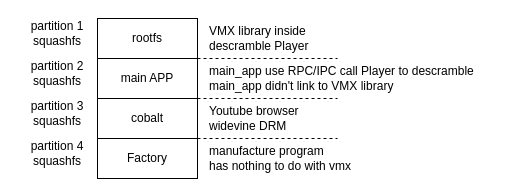
qmlsxxxx/draw.io keeps this draw.io diagram as partition.drawio. Above is the earlier version. Source tidied: cells renumbered, new cells numbered last; positions are measured from the earlier drawing's top-left corner, leaving out a move shared by most shapes. Both pictures are drawn from the tidied source at 100%, with x=0, y=0 at pixel (17, 18).
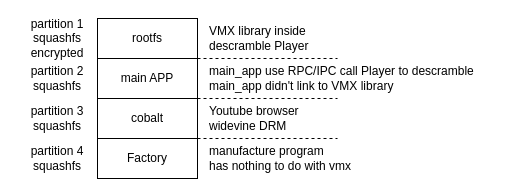
The same page after the edit.

What changed in the source:
```diff
@@
 <mxGraphModel>
   <root>
     <mxCell id="0" />
     <mxCell id="1" parent="0" />
     <mxCell id="2" value="rootfs" style="rounded=0;whiteSpace=wrap;html=1;" parent="1" vertex="1">
       <mxGeometry x="80" width="100" height="40" as="geometry" />
     </mxCell>
     <mxCell id="3" value="main APP" style="rounded=0;whiteSpace=wrap;html=1;" parent="1" vertex="1">
       <mxGeometry x="80" y="40" width="100" height="40" as="geometry" />
     </mxCell>
     <mxCell id="4" value="cobalt" style="rounded=0;whiteSpace=wrap;html=1;" parent="1" vertex="1">
       <mxGeometry x="80" y="80" width="100" height="40" as="geometry" />
     </mxCell>
     <mxCell id="5" value="Factory" style="rounded=0;whiteSpace=wrap;html=1;" parent="1" vertex="1">
       <mxGeometry x="80" y="120" width="100" height="40" as="geometry" />
     </mxCell>
-    <mxCell id="6" value="partition 1&lt;br&gt;squashfs" style="text;html=1;strokeColor=none;fillColor=none;align=center;verticalAlign=middle;whiteSpace=wrap;rounded=0;" parent="1" vertex="1">
-      <mxGeometry width="80" height="30" as="geometry" />
+    <mxCell id="6" value="partition 1&lt;br&gt;squashfs&lt;br&gt;encrypted" style="text;html=1;strokeColor=none;fillColor=none;align=center;verticalAlign=middle;whiteSpace=wrap;rounded=0;" parent="1" vertex="1">
+      <mxGeometry width="80" height="40" as="geometry" />
     </mxCell>
     <mxCell id="7" value="partition 2&lt;br&gt;squashfs" style="text;html=1;strokeColor=none;fillColor=none;align=center;verticalAlign=middle;whiteSpace=wrap;rounded=0;" parent="1" vertex="1">
-      <mxGeometry y="40" width="80" height="30" as="geometry" />
+      <mxGeometry y="45" width="80" height="30" as="geometry" />
     </mxCell>
     <mxCell id="8" value="partition 3&lt;br&gt;squashfs" style="text;html=1;strokeColor=none;fillColor=none;align=center;verticalAlign=middle;whiteSpace=wrap;rounded=0;" parent="1" vertex="1">
-      <mxGeometry y="80" width="80" height="30" as="geometry" />
+      <mxGeometry y="85" width="80" height="30" as="geometry" />
     </mxCell>
     <mxCell id="9" value="partition 4&lt;br&gt;squashfs" style="text;html=1;strokeColor=none;fillColor=none;align=center;verticalAlign=middle;whiteSpace=wrap;rounded=0;" parent="1" vertex="1">
-      <mxGeometry y="120" width="80" height="30" as="geometry" />
+      <mxGeometry y="125" width="80" height="30" as="geometry" />
     </mxCell>
     <mxCell id="10" value="VMX library inside&lt;br&gt;descramble Player" style="text;html=1;strokeColor=none;fillColor=none;align=left;verticalAlign=middle;whiteSpace=wrap;rounded=0;" parent="1" vertex="1">
       <mxGeometry x="190" width="140" height="40" as="geometry" />
     </mxCell>
     <mxCell id="11" value="main_app use RPC/IPC call Player to descramble&amp;nbsp;&lt;br&gt;main_app didn't link to VMX library" style="text;html=1;strokeColor=none;fillColor=none;align=left;verticalAlign=middle;whiteSpace=wrap;rounded=0;" parent="1" vertex="1">
       <mxGeometry x="190" y="40" width="300" height="40" as="geometry" />
     </mxCell>
     <mxCell id="12" style="endArrow=none;dashed=1;html=1;exitX=0;exitY=0;exitDx=0;exitDy=0;" parent="1" edge="1">
       <mxGeometry relative="1" as="geometry">
         <mxPoint x="180" y="80" as="sourcePoint" />
         <mxPoint x="320" y="80" as="targetPoint" />
       </mxGeometry>
     </mxCell>
     <mxCell id="13" value="Youtube browser&lt;br&gt;widevine DRM" style="text;html=1;strokeColor=none;fillColor=none;align=left;verticalAlign=middle;whiteSpace=wrap;rounded=0;" parent="1" vertex="1">
       <mxGeometry x="190" y="80" width="140" height="40" as="geometry" />
     </mxCell>
     <mxCell id="14" style="endArrow=none;dashed=1;html=1;exitX=0;exitY=0;exitDx=0;exitDy=0;" parent="1" edge="1">
       <mxGeometry relative="1" as="geometry">
         <mxPoint x="180" y="120" as="sourcePoint" />
         <mxPoint x="320" y="120" as="targetPoint" />
       </mxGeometry>
     </mxCell>
     <mxCell id="15" value="manufacture program&lt;br&gt;&lt;div&gt;has nothing to do with vmx&lt;span&gt;&amp;nbsp;&lt;/span&gt;&lt;/div&gt;" style="text;html=1;strokeColor=none;fillColor=none;align=left;verticalAlign=middle;whiteSpace=wrap;rounded=0;" parent="1" vertex="1">
       <mxGeometry x="190" y="120" width="170" height="40" as="geometry" />
     </mxCell>
     <mxCell id="16" style="endArrow=none;dashed=1;html=1;" parent="1" edge="1">
       <mxGeometry relative="1" as="geometry">
         <mxPoint x="180" y="40" as="sourcePoint" />
         <mxPoint x="320" y="40" as="targetPoint" />
       </mxGeometry>
     </mxCell>
   </root>
 </mxGraphModel>
```
